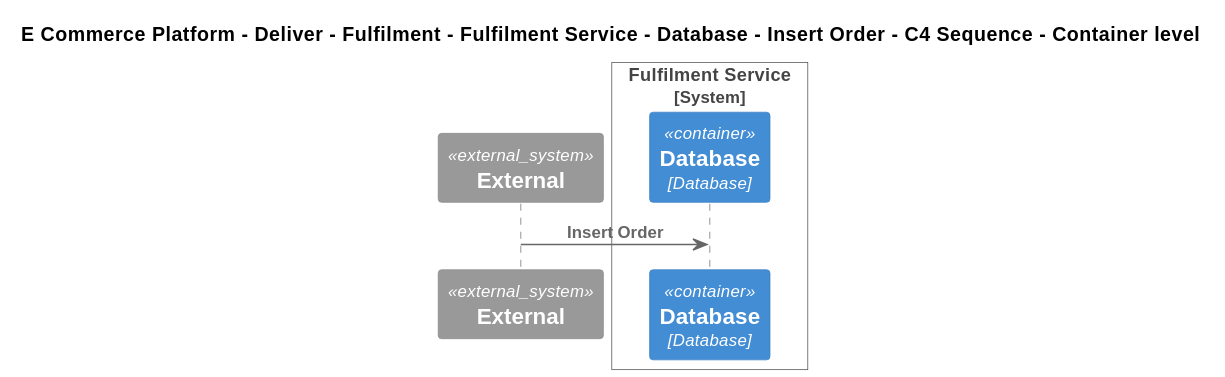
Earlier version of the PlantUML export Samples/E-Commerce Platform/Yaml/Diagrams/E Commerce Platform/Deliver/Fulfilment/Software Systems/Fulfilment Service/Containers/Database/Interfaces/Insert Order/Container - C4 Sequence.svg (mnadenysenko/C4InterFlow). Its diagram source:
```plantuml
@startuml
!include ..\..\..\..\..\..\..\..\..\.c4s\C4_Sequence.puml
SHOW_FOOT_BOXES()

title E Commerce Platform - Deliver - Fulfilment - Fulfilment Service - Database - Insert Order - C4 Sequence - Container level

System_Ext(C4InterFlow.SoftwareSystems.ExternalSystem, "External", "")

System_Boundary(ECommercePlatform.Deliver.Fulfilment.SoftwareSystems.FulfilmentService, "Fulfilment Service")
    ContainerDb(ECommercePlatform.Deliver.Fulfilment.SoftwareSystems.FulfilmentService.Containers.Database, "Database", "Database", "")
Boundary_End()

Rel(C4InterFlow.SoftwareSystems.ExternalSystem, ECommercePlatform.Deliver.Fulfilment.SoftwareSystems.FulfilmentService.Containers.Database, "Insert Order")
@enduml
```
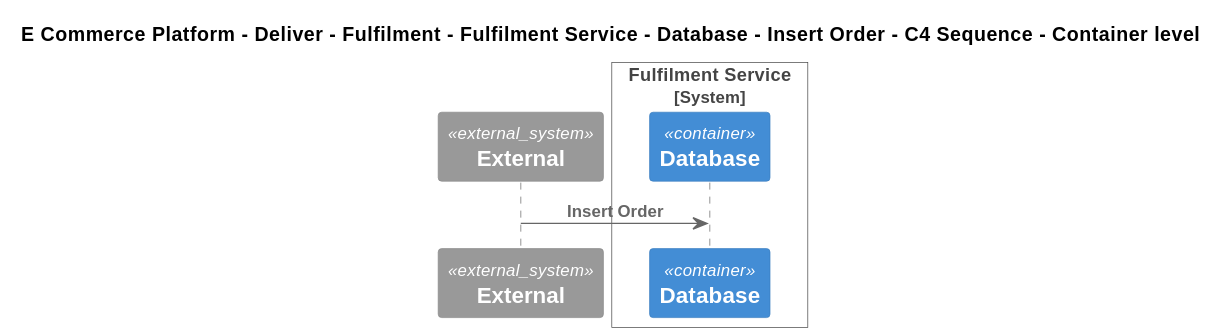
Above is the later version.

Change to the diagram source:
```diff
@@ -7,7 +7,7 @@
 System_Ext(C4InterFlow.SoftwareSystems.ExternalSystem, "External", "")
 
 System_Boundary(ECommercePlatform.Deliver.Fulfilment.SoftwareSystems.FulfilmentService, "Fulfilment Service")
-    ContainerDb(ECommercePlatform.Deliver.Fulfilment.SoftwareSystems.FulfilmentService.Containers.Database, "Database", "Database", "")
+    ContainerDb(ECommercePlatform.Deliver.Fulfilment.SoftwareSystems.FulfilmentService.Containers.Database, "Database", "", "")
 Boundary_End()
 
 Rel(C4InterFlow.SoftwareSystems.ExternalSystem, ECommercePlatform.Deliver.Fulfilment.SoftwareSystems.FulfilmentService.Containers.Database, "Insert Order")
```
